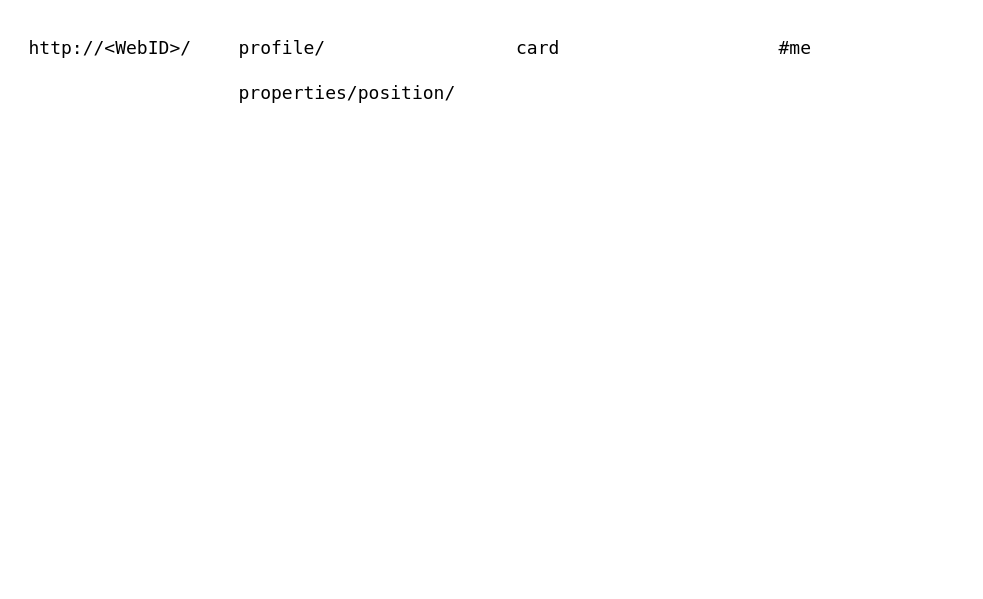
The draw.io diagram page "Page-7" (6 of 6) of docs/media/images/solid.drawio in OpenHPS/openhps-solid, before the edit. Source tidied: cells renumbered, new cells numbered last; positions are measured from the earlier drawing's top-left corner, leaving out a move shared by most shapes. Both pictures are drawn from the tidied source at 150%, with x=0, y=0 at pixel (26, 26).
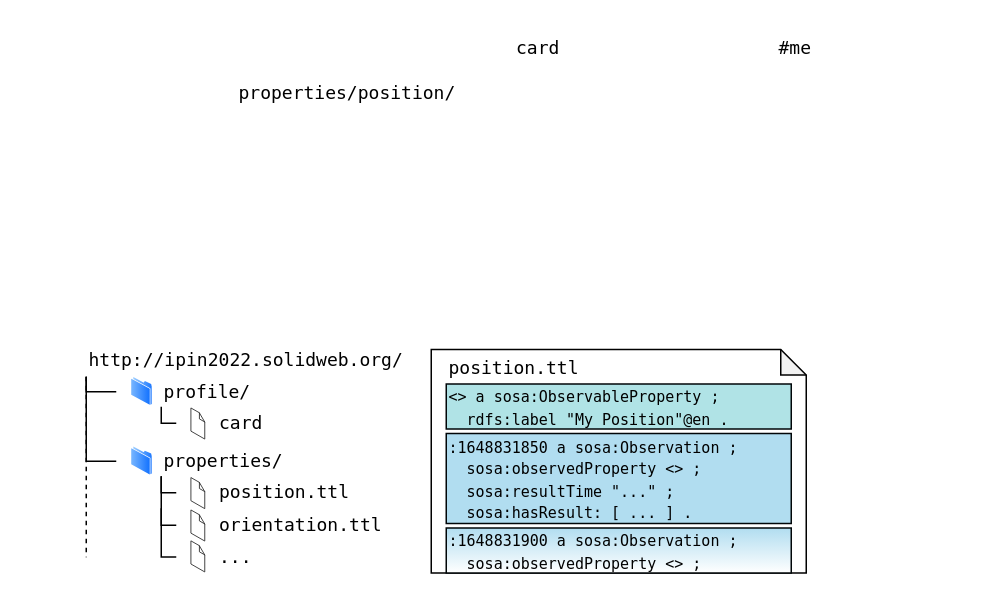
After the change.

Commit message (it also covers changes not shown here):
docs: image of solid pod data

Change to the diagram source:
```diff
@@
+    <mxCell id="7" style="edgeStyle=orthogonalEdgeStyle;rounded=0;jettySize=auto;html=1;exitX=0;exitY=1;exitDx=0;exitDy=0;endArrow=none;endFill=0;targetPerimeterSpacing=0;sourcePerimeterSpacing=0;" parent="1" edge="1" source="2">
+      <mxGeometry relative="1" as="geometry">
+        <mxPoint x="60" y="243.6" as="targetPoint" />
+        <Array as="points">
+          <mxPoint x="40" y="243.6" />
+          <mxPoint x="60" y="243.6" />
+        </Array>
+      </mxGeometry>
+    </mxCell>
+    <mxCell id="8" style="edgeStyle=orthogonalEdgeStyle;rounded=0;jettySize=auto;html=1;exitX=0;exitY=1;exitDx=0;exitDy=0;endArrow=none;endFill=0;sourcePerimeterSpacing=0;targetPerimeterSpacing=0;dashed=1;" parent="1" edge="1" source="2">
+      <mxGeometry relative="1" as="geometry">
+        <mxPoint x="40" y="354" as="targetPoint" />
+      </mxGeometry>
+    </mxCell>
+    <mxCell id="9" style="edgeStyle=orthogonalEdgeStyle;rounded=0;jettySize=auto;html=1;exitX=0;exitY=1;exitDx=0;exitDy=0;endArrow=none;endFill=0;sourcePerimeterSpacing=0;targetPerimeterSpacing=0;" parent="1" edge="1" source="2">
+      <mxGeometry relative="1" as="geometry">
+        <mxPoint x="60" y="290" as="targetPoint" />
+        <Array as="points">
+          <mxPoint x="40" y="290" />
+          <mxPoint x="60" y="290" />
+        </Array>
+      </mxGeometry>
+    </mxCell>
-    <mxCell id="2" value="http://&amp;lt;WebID&amp;gt;/" style="text;html=1;strokeColor=none;fillColor=none;align=left;verticalAlign=middle;whiteSpace=wrap;rounded=0;fontFamily=Lucida Console;" parent="1" vertex="1">
-      <mxGeometry width="120" height="30" as="geometry" />
+    <mxCell id="2" value="http://ipin2022.solidweb.org/" style="text;html=1;strokeColor=none;fillColor=none;align=left;verticalAlign=middle;whiteSpace=wrap;rounded=0;fontFamily=Lucida Console;" parent="1" vertex="1">
+      <mxGeometry x="40" y="213.3" width="210" height="20.3" as="geometry" />
     </mxCell>
@@
+    <mxCell id="10" style="edgeStyle=orthogonalEdgeStyle;rounded=0;jettySize=auto;html=1;exitX=0;exitY=1;exitDx=0;exitDy=0;endArrow=none;endFill=0;sourcePerimeterSpacing=0;targetPerimeterSpacing=0;" parent="1" edge="1" source="4">
+      <mxGeometry relative="1" as="geometry">
+        <mxPoint x="100" y="264.6" as="targetPoint" />
+        <Array as="points">
+          <mxPoint x="90" y="264.6" />
+        </Array>
+      </mxGeometry>
+    </mxCell>
     <mxCell id="4" value="profile/" style="text;html=1;strokeColor=none;fillColor=none;align=left;verticalAlign=middle;whiteSpace=wrap;rounded=0;fontFamily=Lucida Console;" parent="1" vertex="1">
-      <mxGeometry x="140" width="120" height="30" as="geometry" />
+      <mxGeometry x="90" y="233.6" width="90" height="20" as="geometry" />
     </mxCell>
@@
+    <mxCell id="11" style="perimeter=rectanglePerimeter;html=1;align=center;shadow=0;dashed=0;spacingTop=3;image;image=img/lib/active_directory/folder.svg;" parent="1" vertex="1">
+      <mxGeometry x="70" y="233.6" width="14.6" height="20" as="geometry" />
+    </mxCell>
+    <mxCell id="12" value="properties/" style="text;html=1;strokeColor=none;fillColor=none;align=left;verticalAlign=middle;whiteSpace=wrap;rounded=0;fontFamily=Lucida Console;" parent="1" vertex="1">
+      <mxGeometry x="90" y="280" width="90" height="20" as="geometry" />
+    </mxCell>
+    <mxCell id="13" style="perimeter=rectanglePerimeter;html=1;align=center;shadow=0;dashed=0;spacingTop=3;image;image=img/lib/active_directory/folder.svg;comic=0;perimeterSpacing=0;imageBorder=none;" parent="1" vertex="1">
+      <mxGeometry x="70" y="280" width="14.6" height="20" as="geometry" />
+    </mxCell>
+    <mxCell id="14" style="verticalLabelPosition=bottom;html=1;verticalAlign=top;strokeWidth=1;align=center;dashed=0;shape=mxgraph.aws3d.file;strokeColor=#292929;" parent="1" vertex="1">
+      <mxGeometry x="110" y="254.6" width="9" height="20.6" as="geometry" />
+    </mxCell>
+    <mxCell id="15" value="card" style="text;html=1;strokeColor=none;fillColor=none;align=left;verticalAlign=middle;whiteSpace=wrap;rounded=0;fontFamily=Lucida Console;" parent="1" vertex="1">
+      <mxGeometry x="127" y="254.9" width="80" height="20" as="geometry" />
+    </mxCell>
+    <mxCell id="16" style="edgeStyle=orthogonalEdgeStyle;rounded=0;orthogonalLoop=1;jettySize=auto;html=1;exitX=0;exitY=1;exitDx=0;exitDy=0;endArrow=none;endFill=0;sourcePerimeterSpacing=0;targetPerimeterSpacing=0;" parent="1" edge="1">
+      <mxGeometry relative="1" as="geometry">
+        <mxPoint x="90" y="300" as="sourcePoint" />
+        <mxPoint x="100" y="311" as="targetPoint" />
+        <Array as="points">
+          <mxPoint x="90" y="311" />
+        </Array>
+      </mxGeometry>
+    </mxCell>
+    <mxCell id="17" style="verticalLabelPosition=bottom;html=1;verticalAlign=top;strokeWidth=1;align=center;dashed=0;shape=mxgraph.aws3d.file;strokeColor=#292929;" parent="1" vertex="1">
+      <mxGeometry x="110" y="301" width="9" height="20.6" as="geometry" />
+    </mxCell>
+    <mxCell id="18" value="position.ttl" style="text;html=1;strokeColor=none;fillColor=none;align=left;verticalAlign=middle;whiteSpace=wrap;rounded=0;fontFamily=Lucida Console;" parent="1" vertex="1">
+      <mxGeometry x="127" y="301.3" width="80" height="20" as="geometry" />
+    </mxCell>
+    <mxCell id="19" style="edgeStyle=orthogonalEdgeStyle;rounded=0;jettySize=auto;html=1;exitX=0;exitY=1;exitDx=0;exitDy=0;endArrow=none;endFill=0;sourcePerimeterSpacing=0;targetPerimeterSpacing=0;" parent="1" edge="1" source="12">
+      <mxGeometry relative="1" as="geometry">
+        <mxPoint x="100" y="332.6" as="targetPoint" />
+        <Array as="points">
+          <mxPoint x="90" y="332.4" />
+        </Array>
+      </mxGeometry>
+    </mxCell>
+    <mxCell id="20" style="verticalLabelPosition=bottom;html=1;verticalAlign=top;strokeWidth=1;align=center;dashed=0;shape=mxgraph.aws3d.file;strokeColor=#292929;" parent="1" vertex="1">
+      <mxGeometry x="110" y="322.6" width="9" height="20.6" as="geometry" />
+    </mxCell>
+    <mxCell id="21" value="orientation.ttl" style="text;html=1;strokeColor=none;fillColor=none;align=left;verticalAlign=middle;whiteSpace=wrap;rounded=0;fontFamily=Lucida Console;" parent="1" vertex="1">
+      <mxGeometry x="127" y="322.9" width="80" height="20" as="geometry" />
+    </mxCell>
+    <mxCell id="22" style="shape=note;whiteSpace=wrap;html=1;backgroundOutline=1;darkOpacity=0.05;comic=0;size=17;" parent="1" vertex="1">
+      <mxGeometry x="270" y="215.5" width="250" height="149" as="geometry" />
+    </mxCell>
+    <mxCell id="23" value="&lt;font face=&quot;Lucida Console&quot; style=&quot;font-size: 10px&quot;&gt;&amp;lt;&amp;gt; a sosa:ObservableProperty ;&lt;br&gt;&amp;nbsp; rdfs:label &quot;My Position&quot;@en .&lt;br&gt;&lt;/font&gt;" style="rounded=0;whiteSpace=wrap;html=1;comic=0;fillColor=#b0e3e6;strokeColor=#010608;labelPosition=center;verticalLabelPosition=middle;align=left;verticalAlign=middle;" parent="1" vertex="1">
+      <mxGeometry x="280" y="238.5" width="230" height="30" as="geometry" />
+    </mxCell>
+    <mxCell id="24" value="&lt;font face=&quot;Lucida Console&quot; style=&quot;font-size: 10px&quot;&gt;:1648831900 a sosa:Observation ;&lt;br&gt;&amp;nbsp; sosa:observedProperty &amp;lt;&amp;gt; ;&lt;br&gt;&lt;/font&gt;" style="rounded=0;whiteSpace=wrap;html=1;comic=0;fillColor=#b1ddf0;strokeColor=#010608;labelPosition=center;verticalLabelPosition=middle;align=left;verticalAlign=middle;gradientColor=#ffffff;perimeterSpacing=0;" parent="1" vertex="1">
+      <mxGeometry x="280" y="334.5" width="230" height="30" as="geometry" />
+    </mxCell>
+    <mxCell id="25" value="position.ttl" style="text;html=1;strokeColor=none;fillColor=none;align=left;verticalAlign=middle;whiteSpace=wrap;rounded=0;fontFamily=Lucida Console;" parent="1" vertex="1">
+      <mxGeometry x="280" y="217.5" width="80" height="20" as="geometry" />
+    </mxCell>
+    <mxCell id="26" value="&lt;font face=&quot;Lucida Console&quot; style=&quot;font-size: 10px&quot;&gt;:1648831850 a sosa:Observation ;&lt;br&gt;&amp;nbsp; sosa:observedProperty &amp;lt;&amp;gt; ;&lt;br&gt;&amp;nbsp; sosa:resultTime &quot;...&quot; ;&lt;br&gt;&amp;nbsp; sosa:hasResult: [ ... ] .&lt;br&gt;&lt;/font&gt;" style="rounded=0;whiteSpace=wrap;html=1;comic=0;fillColor=#b1ddf0;strokeColor=#010608;labelPosition=center;verticalLabelPosition=middle;align=left;verticalAlign=middle;" parent="1" vertex="1">
+      <mxGeometry x="280" y="271.5" width="230" height="60" as="geometry" />
+    </mxCell>
+    <mxCell id="27" style="verticalLabelPosition=bottom;html=1;verticalAlign=top;strokeWidth=1;align=center;dashed=0;shape=mxgraph.aws3d.file;strokeColor=#292929;" parent="1" vertex="1">
+      <mxGeometry x="110" y="343.2" width="9" height="20.6" as="geometry" />
+    </mxCell>
+    <mxCell id="28" value="..." style="text;html=1;strokeColor=none;fillColor=none;align=left;verticalAlign=middle;whiteSpace=wrap;rounded=0;fontFamily=Lucida Console;" parent="1" vertex="1">
+      <mxGeometry x="127" y="343.5" width="80" height="20" as="geometry" />
+    </mxCell>
+    <mxCell id="29" style="edgeStyle=orthogonalEdgeStyle;rounded=0;orthogonalLoop=1;jettySize=auto;html=1;exitX=0;exitY=1;exitDx=0;exitDy=0;endArrow=none;endFill=0;sourcePerimeterSpacing=0;targetPerimeterSpacing=0;" parent="1" edge="1">
+      <mxGeometry relative="1" as="geometry">
+        <mxPoint x="90" y="321.3" as="sourcePoint" />
+        <mxPoint x="100" y="353.9" as="targetPoint" />
+        <Array as="points">
+          <mxPoint x="90" y="353.7" />
+        </Array>
+      </mxGeometry>
+    </mxCell>
```
